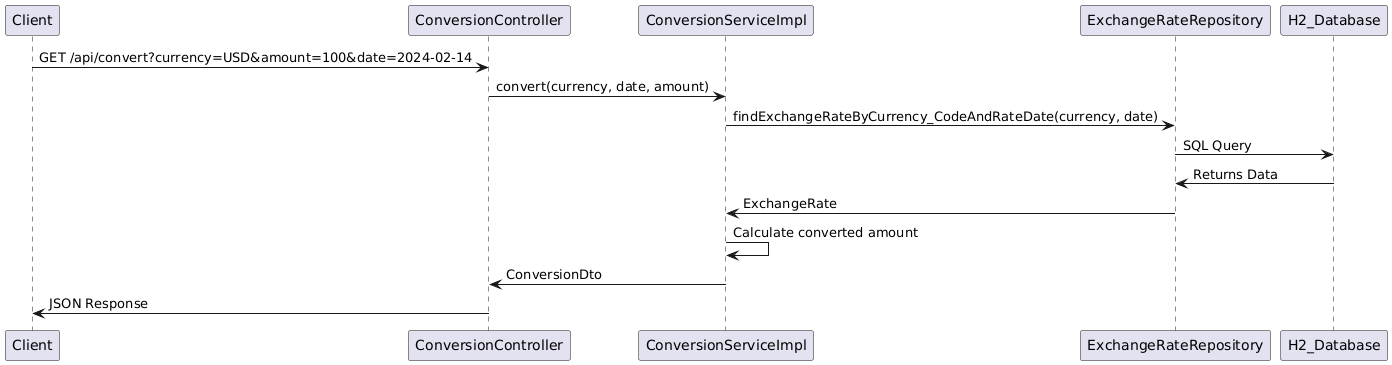
Earlier version of the PlantUML export Conversion_SequenceDiagram.png (omarjabloun-hub/ExchangeRateService-SpringBoot). Source of this version:
```plantuml
@startuml
Client -> ConversionController : GET /api/convert?currency=USD&amount=100&date=2024-02-14
ConversionController -> ConversionServiceImpl : convert(currency, date, amount)
ConversionServiceImpl -> ExchangeRateRepository : findExchangeRateByCurrency_CodeAndRateDate(currency, date)
ExchangeRateRepository -> H2_Database : SQL Query
H2_Database -> ExchangeRateRepository : Returns Data
ExchangeRateRepository -> ConversionServiceImpl : ExchangeRate
ConversionServiceImpl -> ConversionServiceImpl : Calculate converted amount
ConversionServiceImpl -> ConversionController : ConversionDto
ConversionController -> Client : JSON Response
@enduml
```
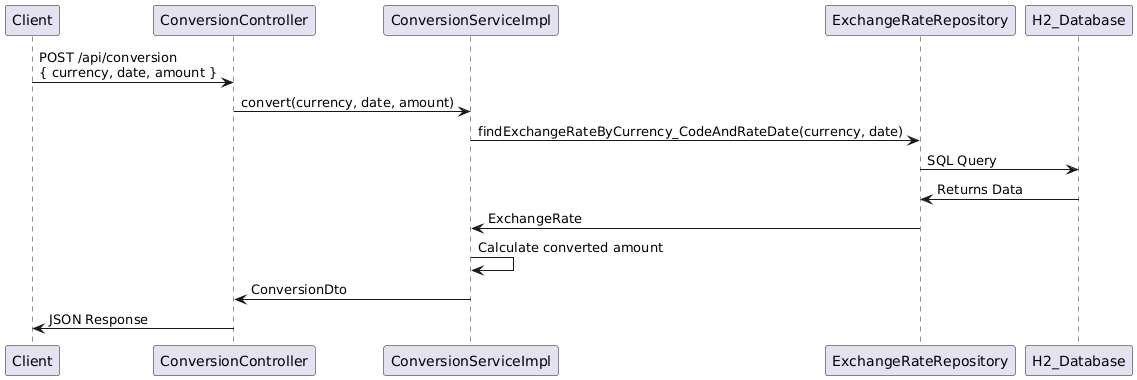
The same diagram one commit later.

Change to the diagram source:
```diff
@@ -1,11 +1,17 @@
 @startuml
-Client -> ConversionController : GET /api/convert?currency=USD&amount=100&date=2024-02-14
-ConversionController -> ConversionServiceImpl : convert(currency, date, amount)
-ConversionServiceImpl -> ExchangeRateRepository : findExchangeRateByCurrency_CodeAndRateDate(currency, date)
-ExchangeRateRepository -> H2_Database : SQL Query
-H2_Database -> ExchangeRateRepository : Returns Data
-ExchangeRateRepository -> ConversionServiceImpl : ExchangeRate
-ConversionServiceImpl -> ConversionServiceImpl : Calculate converted amount
-ConversionServiceImpl -> ConversionController : ConversionDto
-ConversionController -> Client : JSON Response
+participant Client
+participant ConversionController
+participant ConversionServiceImpl
+participant ExchangeRateRepository
+participant H2_Database
+
+Client -> ConversionController: POST /api/conversion\n{ currency, date, amount }
+ConversionController -> ConversionServiceImpl: convert(currency, date, amount)
+ConversionServiceImpl -> ExchangeRateRepository: findExchangeRateByCurrency_CodeAndRateDate(currency, date)
+ExchangeRateRepository -> H2_Database: SQL Query
+H2_Database -> ExchangeRateRepository: Returns Data
+ExchangeRateRepository -> ConversionServiceImpl: ExchangeRate
+ConversionServiceImpl -> ConversionServiceImpl: Calculate converted amount
+ConversionServiceImpl -> ConversionController: ConversionDto
+ConversionController -> Client: JSON Response
 @enduml
```
